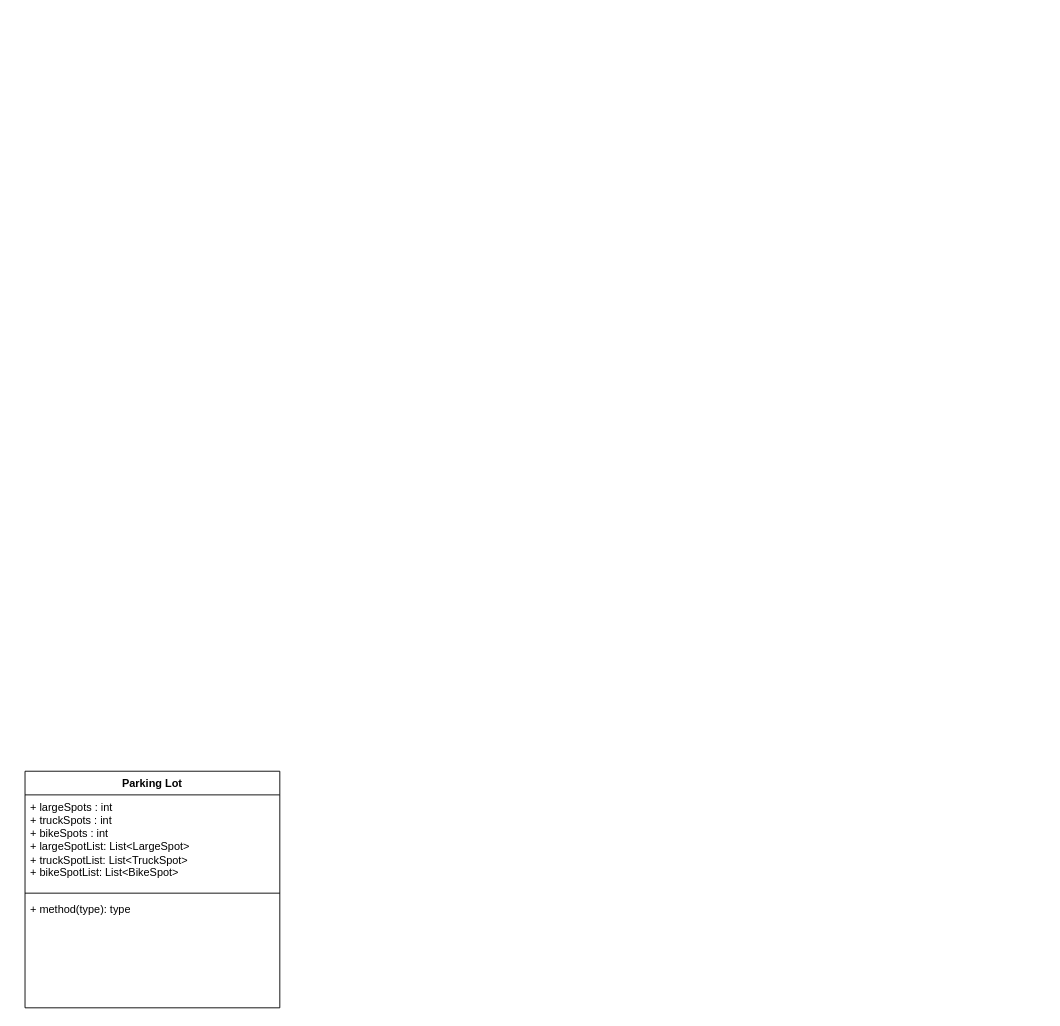
Before: parking.drawio in Varma2116/system-design, a draw.io diagram. Source tidied: cells renumbered, new cells numbered last; positions are measured from the earlier drawing's top-left corner, leaving out a move shared by most shapes. Both pictures are drawn from the tidied source at 91%, with x=0, y=0 at pixel (25, 771).
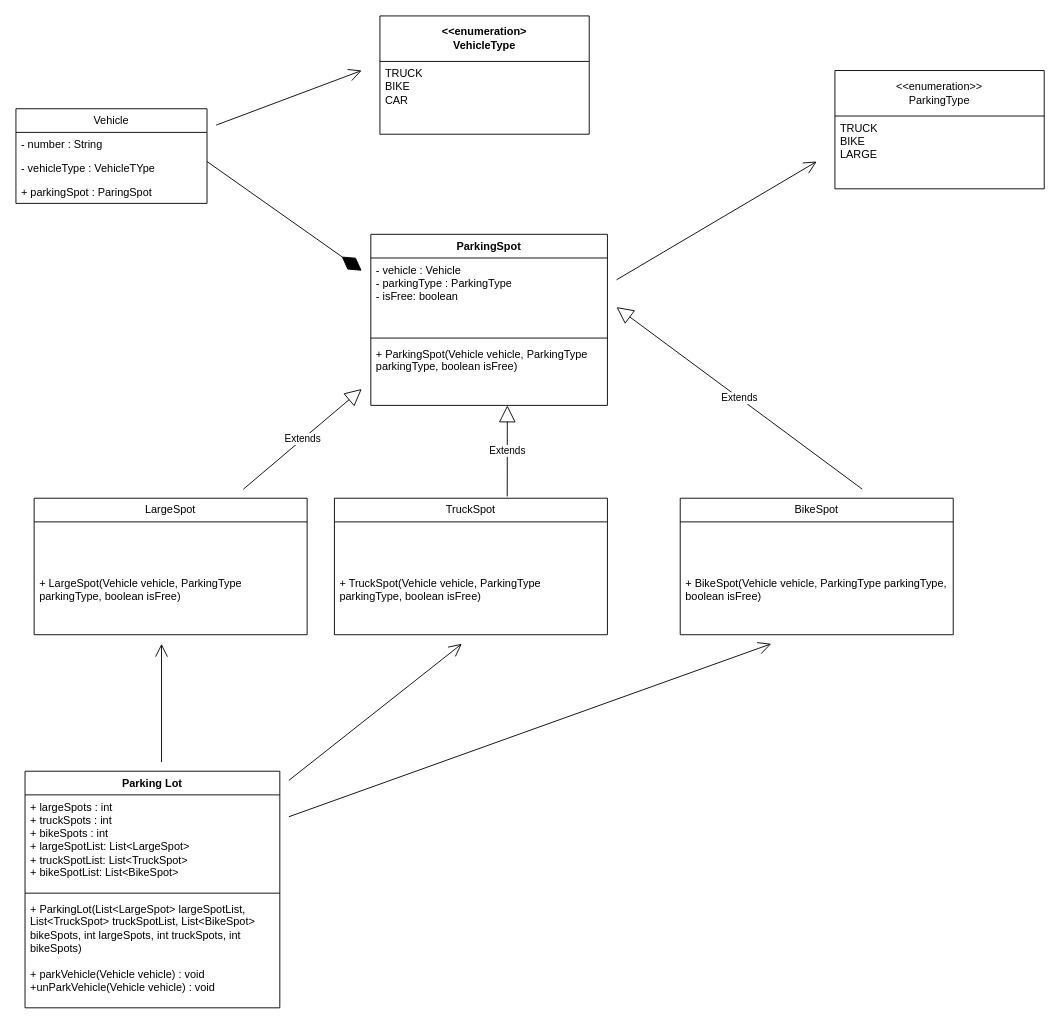
After the change.

Unchanged cells that the change refers to:
```xml
<mxCell id="2" value="Parking Lot&lt;div&gt;&lt;br&gt;&lt;/div&gt;" style="swimlane;fontStyle=1;align=center;verticalAlign=top;horizontal=1;startSize=26;whiteSpace=wrap;html=1;" parent="1" vertex="1">
  <mxGeometry width="280" height="260" as="geometry" />
</mxCell>
```

Diff of the diagram source:
```diff
@@
-    <mxCell id="5" value="+ method(type): type" style="text;strokeColor=none;fillColor=none;align=left;verticalAlign=top;spacingLeft=4;spacingRight=4;overflow=hidden;whiteSpace=wrap;html=1;" parent="2" vertex="1">
+    <mxCell id="5" value="+ ParkingLot(List&amp;lt;LargeSpot&amp;gt; largeSpotList, List&amp;lt;TruckSpot&amp;gt; truckSpotList, List&amp;lt;BikeSpot&amp;gt; bikeSpots, int largeSpots, int truckSpots, int bikeSpots)&lt;div&gt;&lt;br&gt;&lt;/div&gt;&lt;div&gt;+ parkVehicle(Vehicle vehicle) : void&lt;/div&gt;&lt;div&gt;+unParkVehicle(Vehicle vehicle) : void&lt;/div&gt;" style="text;strokeColor=none;fillColor=none;align=left;verticalAlign=top;spacingLeft=4;spacingRight=4;overflow=hidden;whiteSpace=wrap;html=1;" parent="2" vertex="1">
       <mxGeometry y="138" width="280" height="122" as="geometry" />
     </mxCell>
+    <mxCell id="6" value="LargeSpot" style="swimlane;fontStyle=0;horizontal=1;startSize=26;fillColor=none;whiteSpace=wrap;html=1;" parent="1" vertex="1">
+      <mxGeometry x="10" y="-300" width="300" height="150" as="geometry" />
+    </mxCell>
+    <mxCell id="7" value="&lt;div&gt;&lt;span style=&quot;background-color: initial;&quot;&gt;&lt;br&gt;&lt;/span&gt;&lt;/div&gt;" style="text;strokeColor=none;fillColor=none;align=left;verticalAlign=top;spacingLeft=4;spacingRight=4;overflow=hidden;whiteSpace=wrap;html=1;" parent="6" vertex="1">
+      <mxGeometry y="26" width="300" height="54" as="geometry" />
+    </mxCell>
+    <mxCell id="8" value="+ LargeSpot(Vehicle vehicle, ParkingType parkingType, boolean isFree)" style="text;strokeColor=none;fillColor=none;align=left;verticalAlign=top;spacingLeft=4;spacingRight=4;overflow=hidden;whiteSpace=wrap;html=1;" parent="6" vertex="1">
+      <mxGeometry y="80" width="300" height="70" as="geometry" />
+    </mxCell>
+    <mxCell id="9" value="TruckSpot" style="swimlane;fontStyle=0;horizontal=1;startSize=26;fillColor=none;whiteSpace=wrap;html=1;" parent="1" vertex="1">
+      <mxGeometry x="340" y="-300" width="300" height="150" as="geometry" />
+    </mxCell>
+    <mxCell id="10" value="&lt;div&gt;&lt;span style=&quot;background-color: initial;&quot;&gt;&lt;br&gt;&lt;/span&gt;&lt;/div&gt;" style="text;strokeColor=none;fillColor=none;align=left;verticalAlign=top;spacingLeft=4;spacingRight=4;overflow=hidden;whiteSpace=wrap;html=1;" parent="9" vertex="1">
+      <mxGeometry y="26" width="300" height="54" as="geometry" />
+    </mxCell>
+    <mxCell id="11" value="+ TruckSpot(Vehicle vehicle, ParkingType parkingType, boolean isFree)" style="text;strokeColor=none;fillColor=none;align=left;verticalAlign=top;spacingLeft=4;spacingRight=4;overflow=hidden;whiteSpace=wrap;html=1;" parent="9" vertex="1">
+      <mxGeometry y="80" width="300" height="70" as="geometry" />
+    </mxCell>
+    <mxCell id="12" value="BikeSpot" style="swimlane;fontStyle=0;horizontal=1;startSize=26;fillColor=none;whiteSpace=wrap;html=1;" parent="1" vertex="1">
+      <mxGeometry x="720" y="-300" width="300" height="150" as="geometry" />
+    </mxCell>
+    <mxCell id="13" value="&lt;div&gt;&lt;span style=&quot;background-color: initial;&quot;&gt;&lt;br&gt;&lt;/span&gt;&lt;/div&gt;" style="text;strokeColor=none;fillColor=none;align=left;verticalAlign=top;spacingLeft=4;spacingRight=4;overflow=hidden;whiteSpace=wrap;html=1;" parent="12" vertex="1">
+      <mxGeometry y="26" width="300" height="54" as="geometry" />
+    </mxCell>
+    <mxCell id="14" value="+ BikeSpot(Vehicle vehicle, ParkingType parkingType, boolean isFree)" style="text;strokeColor=none;fillColor=none;align=left;verticalAlign=top;spacingLeft=4;spacingRight=4;overflow=hidden;whiteSpace=wrap;html=1;" parent="12" vertex="1">
+      <mxGeometry y="80" width="300" height="70" as="geometry" />
+    </mxCell>
+    <mxCell id="15" value="ParkingSpot" style="swimlane;fontStyle=1;align=center;verticalAlign=top;horizontal=1;startSize=26;whiteSpace=wrap;html=1;" parent="1" vertex="1">
+      <mxGeometry x="380" y="-590" width="260" height="188" as="geometry" />
+    </mxCell>
+    <mxCell id="16" value="- vehicle : Vehicle&lt;div&gt;- parkingType : ParkingType&lt;/div&gt;&lt;div&gt;- isFree: boolean&lt;/div&gt;" style="text;strokeColor=none;fillColor=none;align=left;verticalAlign=top;spacingLeft=4;spacingRight=4;overflow=hidden;whiteSpace=wrap;html=1;" parent="15" vertex="1">
+      <mxGeometry y="26" width="260" height="84" as="geometry" />
+    </mxCell>
+    <mxCell id="17" style="line;strokeWidth=1;fillColor=none;align=left;verticalAlign=middle;spacingTop=-1;spacingLeft=3;spacingRight=3;labelPosition=right;strokeColor=inherit;" parent="15" vertex="1">
+      <mxGeometry y="110" width="260" height="8" as="geometry" />
+    </mxCell>
+    <mxCell id="18" value="+ ParkingSpot(Vehicle vehicle, ParkingType parkingType, boolean isFree)" style="text;strokeColor=none;fillColor=none;align=left;verticalAlign=top;spacingLeft=4;spacingRight=4;overflow=hidden;whiteSpace=wrap;html=1;" parent="15" vertex="1">
+      <mxGeometry y="118" width="260" height="70" as="geometry" />
+    </mxCell>
+    <mxCell id="19" value="&amp;lt;&amp;lt;enumeration&amp;gt;&amp;gt;&lt;div&gt;ParkingType&lt;/div&gt;" style="swimlane;fontStyle=0;horizontal=1;startSize=50;fillColor=none;whiteSpace=wrap;html=1;" parent="1" vertex="1">
+      <mxGeometry x="890" y="-770" width="230" height="130" as="geometry" />
+    </mxCell>
+    <mxCell id="20" value="TRUCK&lt;div&gt;BIKE&lt;/div&gt;&lt;div&gt;LARGE&lt;/div&gt;" style="text;strokeColor=none;fillColor=none;align=left;verticalAlign=top;spacingLeft=4;spacingRight=4;overflow=hidden;whiteSpace=wrap;html=1;" parent="19" vertex="1">
+      <mxGeometry y="50" width="230" height="80" as="geometry" />
+    </mxCell>
+    <mxCell id="21" style="endArrow=open;endFill=1;endSize=12;html=1;rounded=0;" parent="1" edge="1">
+      <mxGeometry relative="1" as="geometry">
+        <mxPoint x="650" y="-540" as="sourcePoint" />
+        <mxPoint x="870" y="-670" as="targetPoint" />
+      </mxGeometry>
+    </mxCell>
+    <mxCell id="22" style="endArrow=open;endFill=1;endSize=12;html=1;rounded=0;" parent="1" edge="1">
+      <mxGeometry relative="1" as="geometry">
+        <mxPoint x="150" y="-10" as="sourcePoint" />
+        <mxPoint x="150" y="-140" as="targetPoint" />
+      </mxGeometry>
+    </mxCell>
+    <mxCell id="23" style="endArrow=open;endFill=1;endSize=12;html=1;rounded=0;" parent="1" edge="1">
+      <mxGeometry relative="1" as="geometry">
+        <mxPoint x="290" y="10" as="sourcePoint" />
+        <mxPoint x="480" y="-140" as="targetPoint" />
+      </mxGeometry>
+    </mxCell>
+    <mxCell id="24" style="endArrow=open;endFill=1;endSize=12;html=1;rounded=0;" parent="1" edge="1">
+      <mxGeometry relative="1" as="geometry">
+        <mxPoint x="290" y="50" as="sourcePoint" />
+        <mxPoint x="820" y="-140" as="targetPoint" />
+      </mxGeometry>
+    </mxCell>
+    <mxCell id="25" value="Vehicle" style="swimlane;fontStyle=0;horizontal=1;startSize=26;fillColor=none;whiteSpace=wrap;html=1;" parent="1" vertex="1">
+      <mxGeometry x="-10" y="-728" width="210" height="104" as="geometry" />
+    </mxCell>
+    <mxCell id="26" value="- number : String" style="text;strokeColor=none;fillColor=none;align=left;verticalAlign=top;spacingLeft=4;spacingRight=4;overflow=hidden;points=[[0,0.5],[1,0.5]];portConstraint=eastwest;whiteSpace=wrap;html=1;" parent="25" vertex="1">
+      <mxGeometry y="26" width="210" height="26" as="geometry" />
+    </mxCell>
+    <mxCell id="27" value="- vehicleType : VehicleTYpe" style="text;strokeColor=none;fillColor=none;align=left;verticalAlign=top;spacingLeft=4;spacingRight=4;overflow=hidden;whiteSpace=wrap;html=1;" parent="25" vertex="1">
+      <mxGeometry y="52" width="210" height="26" as="geometry" />
+    </mxCell>
+    <mxCell id="28" value="+ parkingSpot : ParingSpot" style="text;strokeColor=none;fillColor=none;align=left;verticalAlign=top;spacingLeft=4;spacingRight=4;overflow=hidden;whiteSpace=wrap;html=1;" parent="25" vertex="1">
+      <mxGeometry y="78" width="210" height="26" as="geometry" />
+    </mxCell>
+    <mxCell id="29" style="endArrow=diamondThin;endFill=1;endSize=24;html=1;rounded=0;" parent="1" edge="1">
+      <mxGeometry relative="1" as="geometry">
+        <mxPoint x="200" y="-670" as="sourcePoint" />
+        <mxPoint x="370" y="-550" as="targetPoint" />
+      </mxGeometry>
+    </mxCell>
+    <mxCell id="30" value="Extends" style="endArrow=block;endSize=16;endFill=0;html=1;rounded=0;" parent="1" edge="1">
+      <mxGeometry relative="1" as="geometry">
+        <mxPoint x="240" y="-310" as="sourcePoint" />
+        <mxPoint x="370" y="-420" as="targetPoint" />
+      </mxGeometry>
+    </mxCell>
+    <mxCell id="31" value="Extends" style="endArrow=block;endSize=16;endFill=0;html=1;rounded=0;exitX=0.633;exitY=-0.013;exitDx=0;exitDy=0;exitPerimeter=0;" parent="1" edge="1" source="9">
+      <mxGeometry relative="1" as="geometry">
+        <mxPoint x="530" y="-402" as="targetPoint" />
+      </mxGeometry>
+    </mxCell>
+    <mxCell id="32" value="Extends" style="endArrow=block;endSize=16;endFill=0;html=1;rounded=0;" parent="1" edge="1">
+      <mxGeometry relative="1" as="geometry">
+        <mxPoint x="920" y="-310" as="sourcePoint" />
+        <mxPoint x="650" y="-510" as="targetPoint" />
+      </mxGeometry>
+    </mxCell>
+    <mxCell id="33" value="&lt;span style=&quot;font-weight: 700;&quot;&gt;&amp;lt;&amp;lt;enumeration&amp;gt;&lt;/span&gt;&lt;div style=&quot;font-weight: 700;&quot;&gt;VehicleType&lt;/div&gt;" style="swimlane;fontStyle=0;horizontal=1;startSize=50;fillColor=none;whiteSpace=wrap;html=1;" parent="1" vertex="1">
+      <mxGeometry x="390" y="-830" width="230" height="130" as="geometry" />
+    </mxCell>
+    <mxCell id="34" value="TRUCK&lt;div&gt;BIKE&lt;/div&gt;&lt;div&gt;CAR&lt;/div&gt;" style="text;strokeColor=none;fillColor=none;align=left;verticalAlign=top;spacingLeft=4;spacingRight=4;overflow=hidden;whiteSpace=wrap;html=1;" parent="33" vertex="1">
+      <mxGeometry y="50" width="230" height="80" as="geometry" />
+    </mxCell>
+    <mxCell id="35" style="endArrow=open;endFill=1;endSize=12;html=1;rounded=0;exitX=1.048;exitY=-0.308;exitDx=0;exitDy=0;exitPerimeter=0;" parent="1" edge="1" source="26">
+      <mxGeometry relative="1" as="geometry">
+        <mxPoint x="370" y="-770" as="targetPoint" />
+      </mxGeometry>
+    </mxCell>
```
